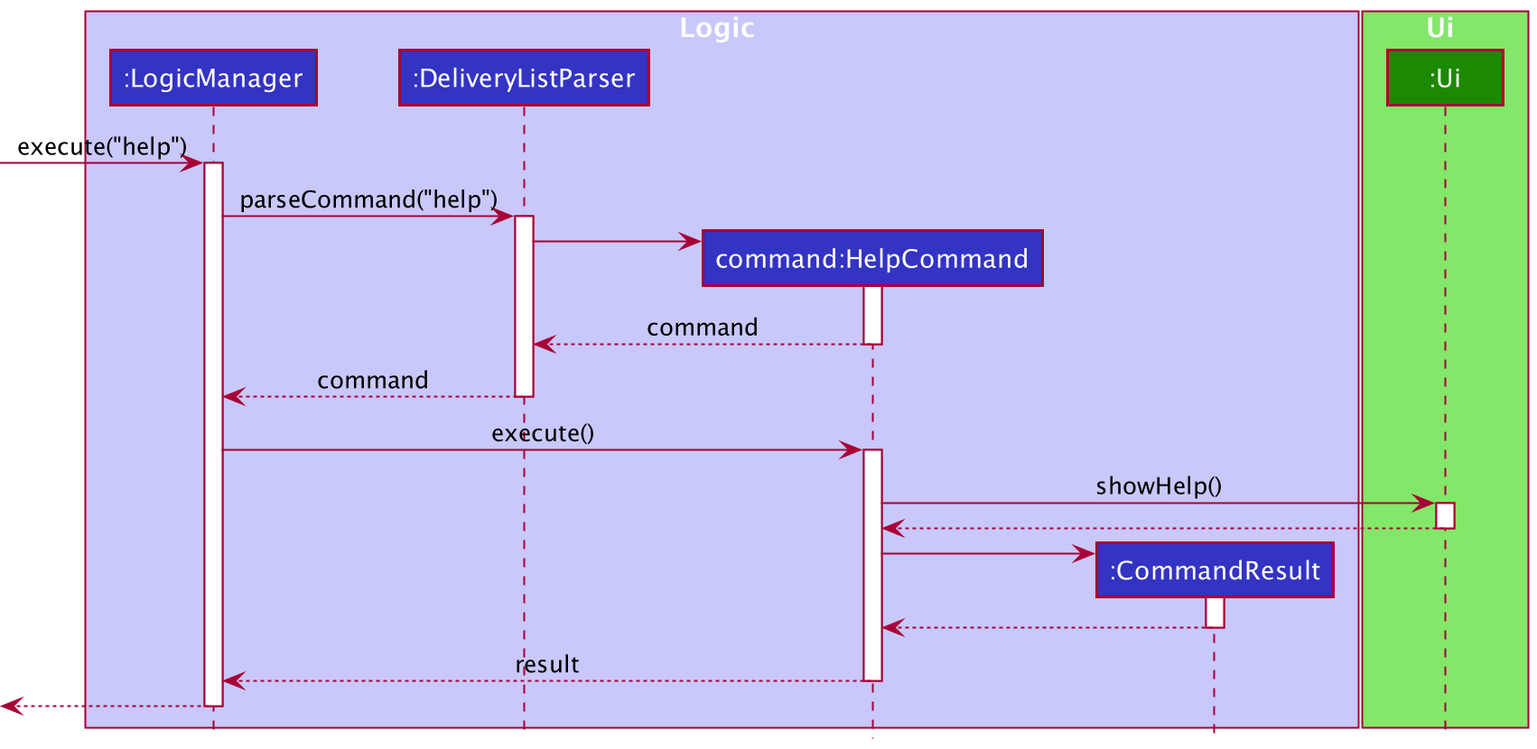
The PlantUML diagram docs/images/HelpCommandLogicSequenceDiagram.png in nus-cs2103-AY2021S2/tp, before a commit.
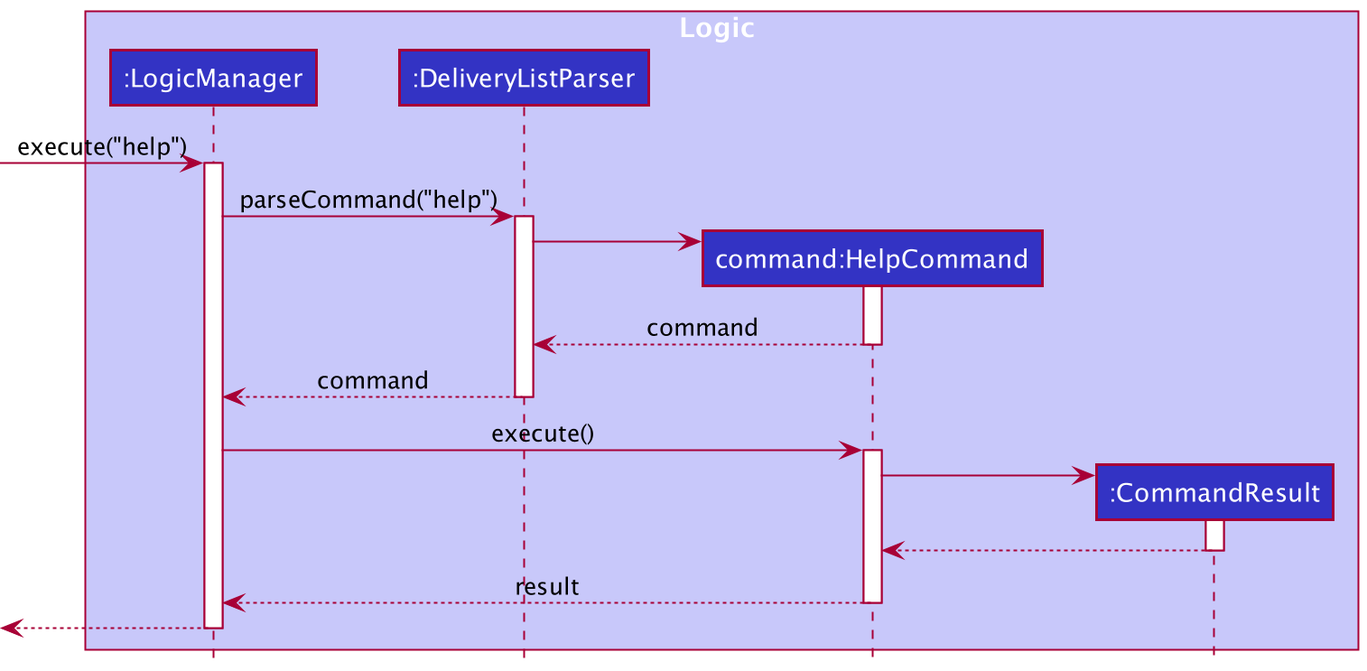
After the commit.

Diff of the diagram source:
```diff
@@ -6,10 +6,6 @@
 participant ":DeliveryListParser" as DeliveryListParser LOGIC_COLOR
 participant "command:HelpCommand" as HelpCommand LOGIC_COLOR
 participant ":CommandResult" as CommandResult LOGIC_COLOR
-end box
-
-box Ui UI_COLOR_T1
-participant ":Ui" as Ui UI_COLOR
 end box
 
 [-> LogicManager : execute("help")
@@ -31,12 +27,6 @@
 LogicManager -> HelpCommand : execute()
 activate HelpCommand
 
-HelpCommand -> Ui : showHelp()
-activate Ui
-
-Ui --> HelpCommand
-deactivate Ui
-
 create CommandResult
 HelpCommand -> CommandResult
 activate CommandResult
```
